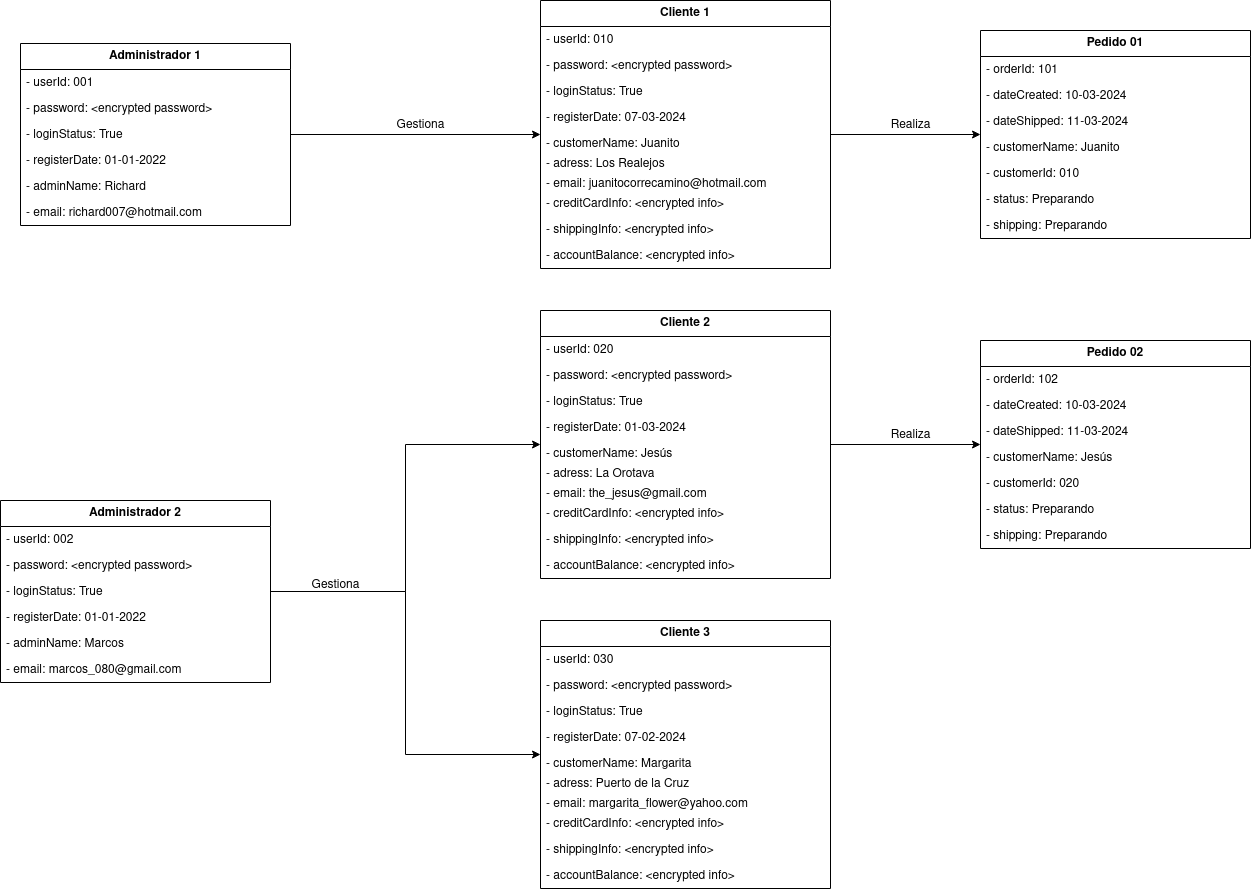
This is diagramas_objetos/modelo02/diagrama-objetos-modelo02.drawio.png from JesusLugo2002/ETS, a draw.io export, as it was before one commit. Source tidied: cells renumbered, new cells last; positions are measured from the earlier drawing's top-left corner, leaving out a move shared by most shapes.
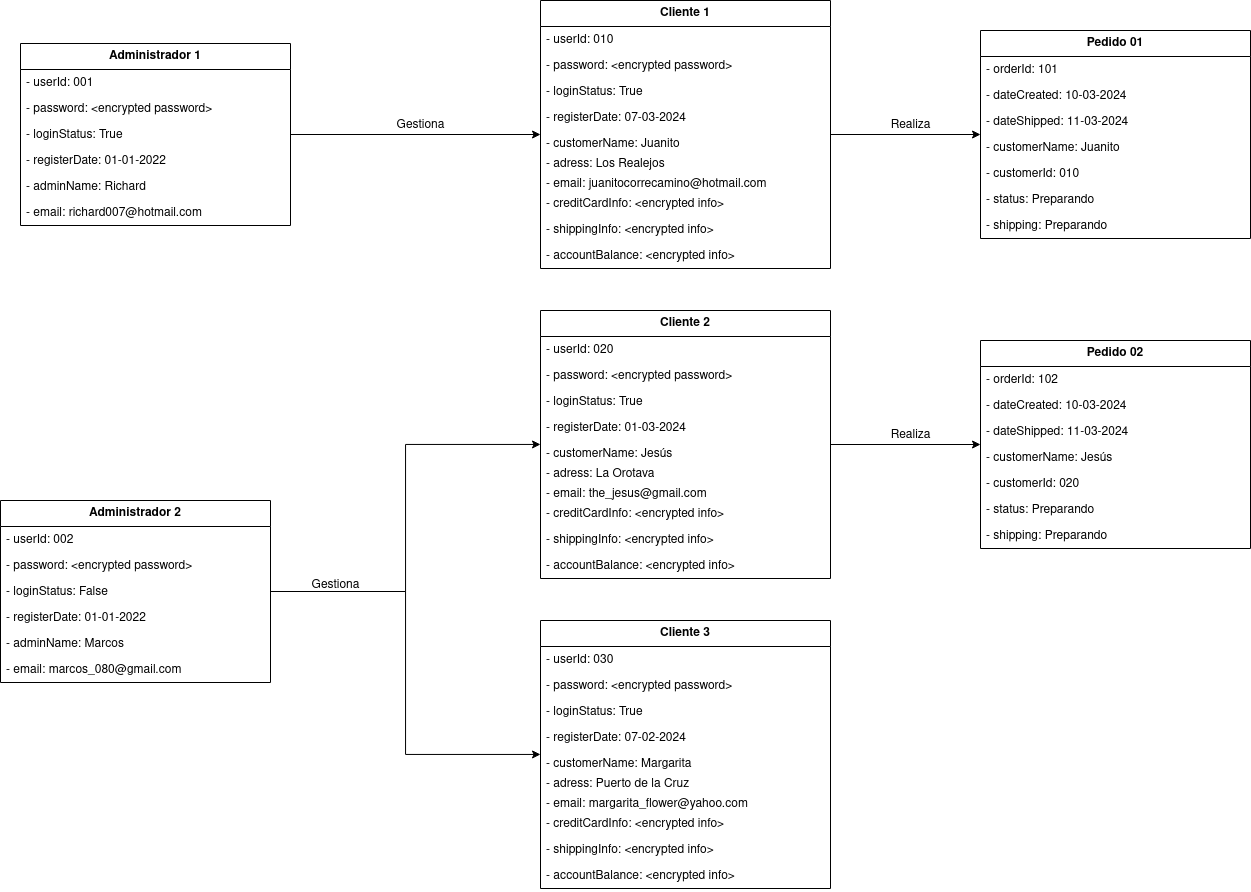
After the commit.

What changed in the source:
```diff
@@ -200,7 +200,7 @@
     <mxCell id="67" value="- password: &amp;lt;encrypted password&amp;gt;" style="text;strokeColor=none;fillColor=none;align=left;verticalAlign=top;spacingLeft=4;spacingRight=4;overflow=hidden;whiteSpace=wrap;html=1;" parent="65" vertex="1">
       <mxGeometry y="52" width="270" height="26" as="geometry" />
     </mxCell>
-    <mxCell id="68" value="- loginStatus: True" style="text;strokeColor=none;fillColor=none;align=left;verticalAlign=top;spacingLeft=4;spacingRight=4;overflow=hidden;whiteSpace=wrap;html=1;" parent="65" vertex="1">
+    <mxCell id="68" value="- loginStatus: False" style="text;strokeColor=none;fillColor=none;align=left;verticalAlign=top;spacingLeft=4;spacingRight=4;overflow=hidden;whiteSpace=wrap;html=1;" parent="65" vertex="1">
       <mxGeometry y="78" width="270" height="26" as="geometry" />
     </mxCell>
     <mxCell id="69" value="- registerDate: 01-01-2022" style="text;strokeColor=none;fillColor=none;align=left;verticalAlign=top;spacingLeft=4;spacingRight=4;overflow=hidden;whiteSpace=wrap;html=1;" parent="65" vertex="1">
```
